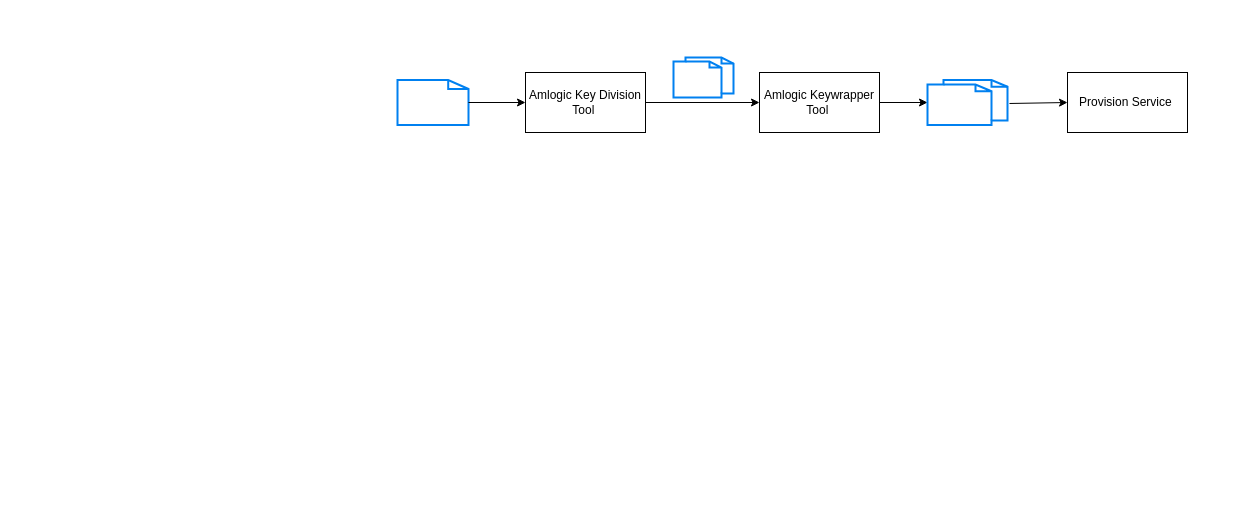
This is Untitled Diagram.drawio from sichunqin/draw.io, a draw.io file, before an edit. Source tidied: cells renumbered, new cells numbered last; positions are measured from the earlier drawing's top-left corner, leaving out a move shared by most shapes. Both pictures are drawn from the tidied source at 100%, with x=0, y=0 at pixel (397, 57).
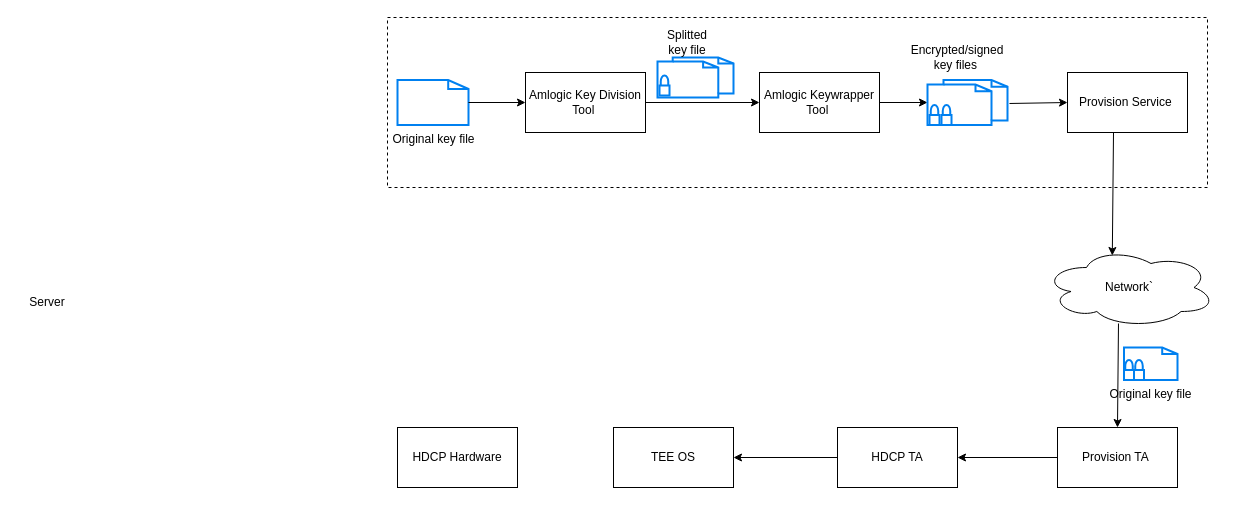
Above is the later version.

Change to the diagram source:
```diff
@@
+    <mxCell id="12" value="Original key file" style="html=1;verticalLabelPosition=bottom;align=center;labelBackgroundColor=#ffffff;verticalAlign=top;strokeWidth=2;strokeColor=#0080F0;shadow=0;dashed=0;shape=mxgraph.ios7.icons.document;" parent="1" vertex="1">
+      <mxGeometry x="726.5" y="290" width="53.5" height="32.5" as="geometry" />
+    </mxCell>
+    <mxCell id="13" value="&lt;blockquote style=&quot;margin: 0 0 0 40px; border: none; padding: 0px;&quot;&gt;&lt;div style=&quot;&quot;&gt;&lt;br&gt;&lt;/div&gt;&lt;/blockquote&gt;" style="rounded=0;whiteSpace=wrap;html=1;dashed=1;align=center;labelPosition=center;verticalLabelPosition=bottom;verticalAlign=top;" parent="1" vertex="1">
+      <mxGeometry x="-10" y="-40" width="820" height="170" as="geometry" />
+    </mxCell>
-    <mxCell id="2" style="html=1;verticalLabelPosition=bottom;align=center;labelBackgroundColor=#ffffff;verticalAlign=top;strokeWidth=2;strokeColor=#0080F0;shadow=0;dashed=0;shape=mxgraph.ios7.icons.document;" parent="1" vertex="1">
+    <mxCell id="2" value="Original key file" style="html=1;verticalLabelPosition=bottom;align=center;labelBackgroundColor=#ffffff;verticalAlign=top;strokeWidth=2;strokeColor=#0080F0;shadow=0;dashed=0;shape=mxgraph.ios7.icons.document;" parent="1" vertex="1">
       <mxGeometry y="22.5" width="71" height="45" as="geometry" />
     </mxCell>
@@
     <mxCell id="7" style="html=1;verticalLabelPosition=bottom;align=center;labelBackgroundColor=#ffffff;verticalAlign=top;strokeWidth=2;strokeColor=#0080F0;shadow=0;dashed=0;shape=mxgraph.ios7.icons.documents;" parent="1" vertex="1">
-      <mxGeometry x="276" width="60" height="40" as="geometry" />
+      <mxGeometry x="260" width="76" height="40" as="geometry" />
     </mxCell>
@@
+    <mxCell id="14" value="Server" style="text;html=1;strokeColor=none;fillColor=none;align=center;verticalAlign=middle;whiteSpace=wrap;rounded=0;" parent="1" vertex="1">
+      <mxGeometry x="-380" y="230" width="60" height="30" as="geometry" />
+    </mxCell>
+    <mxCell id="15" value="Splitted key file" style="text;html=1;strokeColor=none;fillColor=none;align=center;verticalAlign=middle;whiteSpace=wrap;rounded=0;" parent="1" vertex="1">
+      <mxGeometry x="260" y="-30" width="60" height="30" as="geometry" />
+    </mxCell>
+    <mxCell id="16" value="Encrypted/signed key files&amp;nbsp;" style="text;html=1;strokeColor=none;fillColor=none;align=center;verticalAlign=middle;whiteSpace=wrap;rounded=0;" parent="1" vertex="1">
+      <mxGeometry x="530" y="-15" width="60" height="30" as="geometry" />
+    </mxCell>
+    <mxCell id="17" value="Provision TA&amp;nbsp;" style="rounded=0;whiteSpace=wrap;html=1;" parent="1" vertex="1">
+      <mxGeometry x="660" y="370" width="120" height="60" as="geometry" />
+    </mxCell>
+    <mxCell id="18" value="HDCP TA" style="rounded=0;whiteSpace=wrap;html=1;" parent="1" vertex="1">
+      <mxGeometry x="440" y="370" width="120" height="60" as="geometry" />
+    </mxCell>
+    <mxCell id="19" style="html=1;verticalLabelPosition=bottom;align=center;labelBackgroundColor=#ffffff;verticalAlign=top;strokeWidth=2;strokeColor=#0080F0;shadow=0;dashed=0;shape=mxgraph.ios7.icons.locked;" parent="1" vertex="1">
+      <mxGeometry x="544" y="47.5" width="10" height="20" as="geometry" />
+    </mxCell>
+    <mxCell id="20" style="html=1;verticalLabelPosition=bottom;align=center;labelBackgroundColor=#ffffff;verticalAlign=top;strokeWidth=2;strokeColor=#0080F0;shadow=0;dashed=0;shape=mxgraph.ios7.icons.locked;" parent="1" vertex="1">
+      <mxGeometry x="532" y="47.5" width="10" height="20" as="geometry" />
+    </mxCell>
+    <mxCell id="21" style="html=1;verticalLabelPosition=bottom;align=center;labelBackgroundColor=#ffffff;verticalAlign=top;strokeWidth=2;strokeColor=#0080F0;shadow=0;dashed=0;shape=mxgraph.ios7.icons.locked;" parent="1" vertex="1">
+      <mxGeometry x="262" y="18" width="10" height="20" as="geometry" />
+    </mxCell>
+    <mxCell id="22" value="Network`" style="ellipse;shape=cloud;whiteSpace=wrap;html=1;" parent="1" vertex="1">
+      <mxGeometry x="646" y="190" width="172" height="80" as="geometry" />
+    </mxCell>
+    <mxCell id="23" value="TEE OS" style="rounded=0;whiteSpace=wrap;html=1;" parent="1" vertex="1">
+      <mxGeometry x="216" y="370" width="120" height="60" as="geometry" />
+    </mxCell>
+    <mxCell id="24" value="HDCP Hardware" style="rounded=0;whiteSpace=wrap;html=1;" parent="1" vertex="1">
+      <mxGeometry y="370" width="120" height="60" as="geometry" />
+    </mxCell>
+    <mxCell id="25" style="endArrow=classic;html=1;rounded=0;exitX=0.5;exitY=1;exitDx=0;exitDy=0;entryX=0.4;entryY=0.1;entryDx=0;entryDy=0;entryPerimeter=0;" parent="1" edge="1" target="22">
+      <mxGeometry relative="1" as="geometry">
+        <mxPoint x="716" y="75" as="sourcePoint" />
+      </mxGeometry>
+    </mxCell>
+    <mxCell id="26" style="endArrow=classic;html=1;rounded=0;exitX=0.436;exitY=0.95;exitDx=0;exitDy=0;exitPerimeter=0;entryX=0.5;entryY=0;entryDx=0;entryDy=0;" parent="1" edge="1" source="22" target="17">
+      <mxGeometry relative="1" as="geometry" />
+    </mxCell>
+    <mxCell id="27" style="endArrow=classic;html=1;rounded=0;exitX=0;exitY=0.5;exitDx=0;exitDy=0;entryX=1;entryY=0.5;entryDx=0;entryDy=0;" parent="1" edge="1" source="17" target="18">
+      <mxGeometry relative="1" as="geometry" />
+    </mxCell>
+    <mxCell id="28" style="endArrow=classic;html=1;rounded=0;exitX=0;exitY=0.5;exitDx=0;exitDy=0;entryX=1;entryY=0.5;entryDx=0;entryDy=0;" parent="1" edge="1" source="18" target="23">
+      <mxGeometry relative="1" as="geometry" />
+    </mxCell>
+    <mxCell id="29" style="html=1;verticalLabelPosition=bottom;align=center;labelBackgroundColor=#ffffff;verticalAlign=top;strokeWidth=2;strokeColor=#0080F0;shadow=0;dashed=0;shape=mxgraph.ios7.icons.locked;" parent="1" vertex="1">
+      <mxGeometry x="726.5" y="302.5" width="10" height="20" as="geometry" />
+    </mxCell>
+    <mxCell id="30" style="html=1;verticalLabelPosition=bottom;align=center;labelBackgroundColor=#ffffff;verticalAlign=top;strokeWidth=2;strokeColor=#0080F0;shadow=0;dashed=0;shape=mxgraph.ios7.icons.locked;" parent="1" vertex="1">
+      <mxGeometry x="736.5" y="302.5" width="10" height="20" as="geometry" />
+    </mxCell>
```
